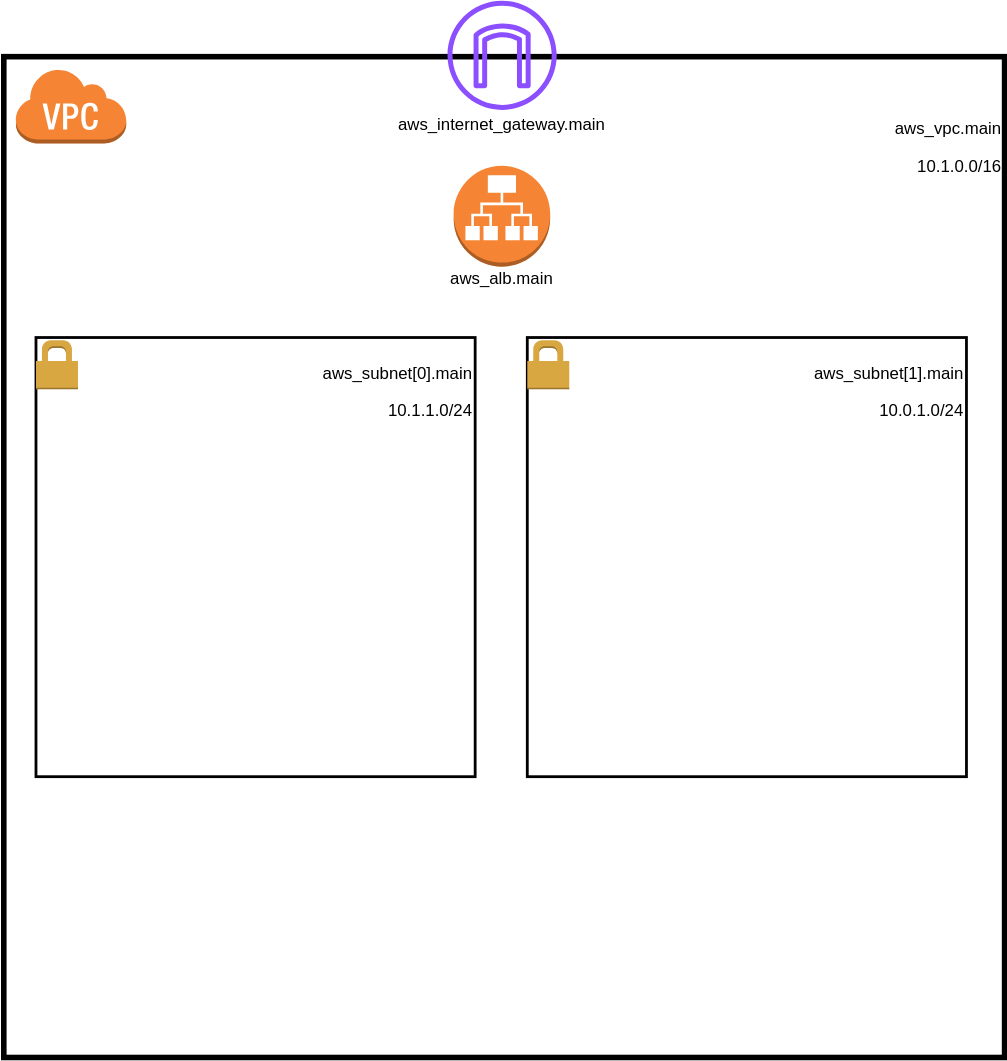
TheMashcraft/turtle-watching-aws-infra-ecs keeps this draw.io diagram as AWS-TF-ECS.drawio.svg. Above is the earlier version. Source tidied: cells renumbered, new cells last; positions are measured from the earlier drawing's top-left corner, leaving out a move shared by most shapes.
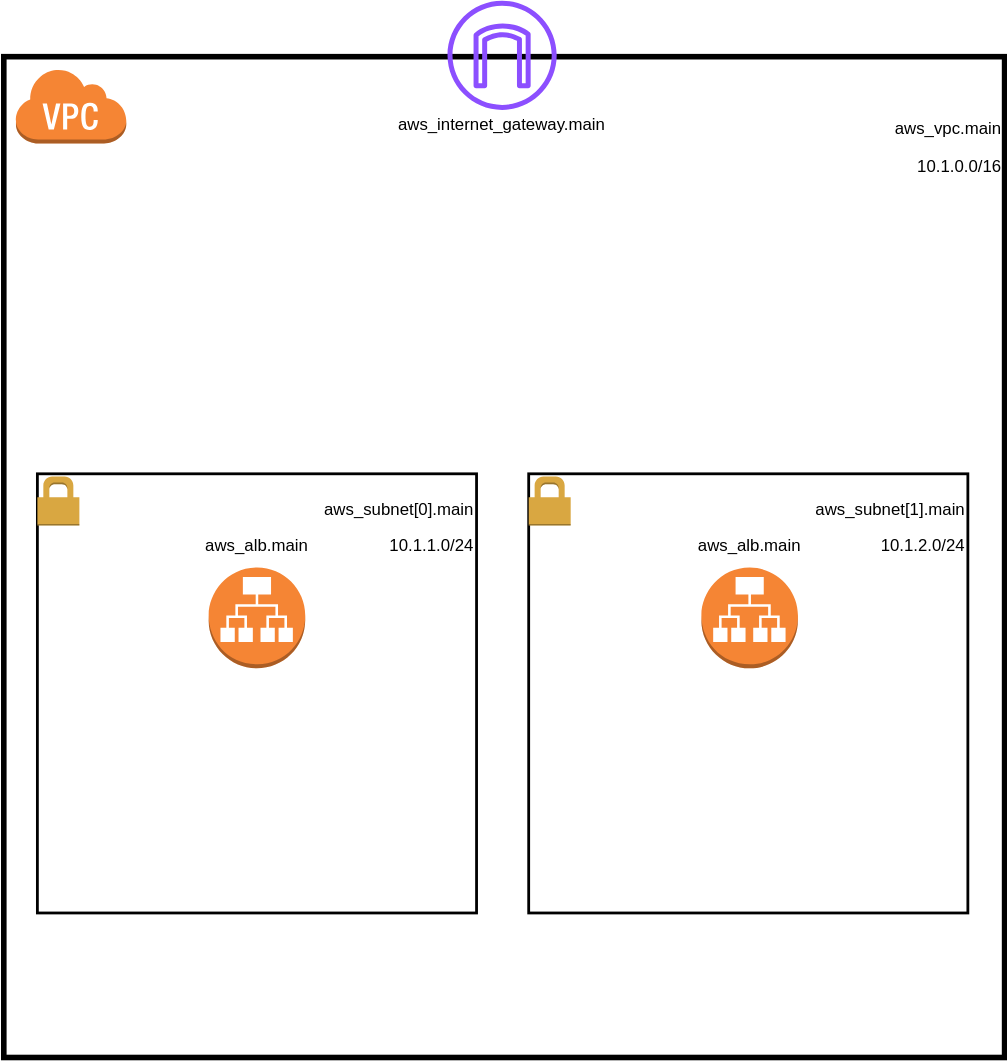
The same diagram one commit later.

Change to the diagram source:
```diff
@@ -6,31 +6,37 @@
       <mxGeometry y="40" width="715" height="715" as="geometry" />
     </mxCell>
     <mxCell id="3" value="&lt;p&gt;aws_subnet[0].main&lt;/p&gt;&lt;p&gt;10.1.1.0/24&lt;/p&gt;" style="whiteSpace=wrap;html=1;verticalAlign=top;align=right;strokeWidth=2;" parent="1" vertex="1">
-      <mxGeometry x="23" y="240.6" width="313.8" height="313.8" as="geometry" />
+      <mxGeometry x="24" y="338" width="313.8" height="313.8" as="geometry" />
     </mxCell>
     <mxCell id="4" style="dashed=0;html=1;shape=mxgraph.aws3.permissions;fillColor=#D9A741;gradientColor=none;dashed=0;" parent="1" vertex="1">
-      <mxGeometry x="23" y="242.6" width="30" height="35" as="geometry" />
+      <mxGeometry x="24" y="340" width="30" height="35" as="geometry" />
     </mxCell>
     <mxCell id="5" style="sketch=0;fontColor=#232F3E;gradientColor=none;fillColor=#8C4FFF;strokeColor=none;dashed=0;verticalLabelPosition=bottom;verticalAlign=top;align=center;html=1;fontSize=12;fontStyle=0;shape=mxgraph.aws4.internet_gateway;" parent="1" vertex="1">
       <mxGeometry x="317" width="78" height="78" as="geometry" />
     </mxCell>
     <mxCell id="6" value="aws_alb.main" style="text;html=1;align=center;verticalAlign=middle;whiteSpace=wrap;rounded=0;" parent="1" vertex="1">
-      <mxGeometry x="326" y="184" width="60" height="30" as="geometry" />
+      <mxGeometry x="150.9" y="375" width="60" height="30" as="geometry" />
     </mxCell>
     <mxCell id="7" value="aws_internet_gateway.main" style="text;html=1;align=center;verticalAlign=middle;whiteSpace=wrap;rounded=0;" parent="1" vertex="1">
       <mxGeometry x="326" y="74" width="60" height="30" as="geometry" />
     </mxCell>
-    <mxCell id="8" value="&lt;p&gt;aws_subnet[1].main&lt;/p&gt;&lt;p&gt;10.0.1.0/24&lt;br&gt;&lt;/p&gt;" style="whiteSpace=wrap;html=1;verticalAlign=top;align=right;strokeWidth=2;" parent="1" vertex="1">
-      <mxGeometry x="374" y="240.6" width="313.8" height="313.8" as="geometry" />
+    <mxCell id="8" value="&lt;p&gt;aws_subnet[1].main&lt;/p&gt;&lt;p&gt;10.1.2.0/24&lt;br&gt;&lt;/p&gt;" style="whiteSpace=wrap;html=1;verticalAlign=top;align=right;strokeWidth=2;" parent="1" vertex="1">
+      <mxGeometry x="375" y="338" width="313.8" height="313.8" as="geometry" />
     </mxCell>
     <mxCell id="9" style="dashed=0;verticalLabelPosition=bottom;verticalAlign=top;align=center;html=1;shape=mxgraph.aws3.virtual_private_cloud;fillColor=#F58534;gradientColor=none;" parent="1" vertex="1">
       <mxGeometry x="8" y="48" width="79.5" height="54" as="geometry" />
     </mxCell>
     <mxCell id="10" style="dashed=0;verticalLabelPosition=bottom;verticalAlign=top;align=center;html=1;shape=mxgraph.aws3.application_load_balancer;fillColor=#F58534;gradientColor=none;" parent="1" vertex="1">
-      <mxGeometry x="321.4" y="118" width="69" height="72" as="geometry" />
+      <mxGeometry x="146.4" y="405" width="69" height="72" as="geometry" />
     </mxCell>
     <mxCell id="11" style="dashed=0;html=1;shape=mxgraph.aws3.permissions;fillColor=#D9A741;gradientColor=none;dashed=0;" parent="1" vertex="1">
-      <mxGeometry x="374" y="242.6" width="30" height="35" as="geometry" />
+      <mxGeometry x="375" y="340" width="30" height="35" as="geometry" />
     </mxCell>
+    <mxCell id="12" value="aws_alb.main" style="text;html=1;align=center;verticalAlign=middle;whiteSpace=wrap;rounded=0;" parent="1" vertex="1">
+      <mxGeometry x="502.9" y="375" width="60" height="30" as="geometry" />
+    </mxCell>
+    <mxCell id="13" style="dashed=0;verticalLabelPosition=bottom;verticalAlign=top;align=center;html=1;shape=mxgraph.aws3.application_load_balancer;fillColor=#F58534;gradientColor=none;" parent="1" vertex="1">
+      <mxGeometry x="498.4" y="405" width="69" height="72" as="geometry" />
+    </mxCell>
   </root>
 </mxGraphModel>
```
